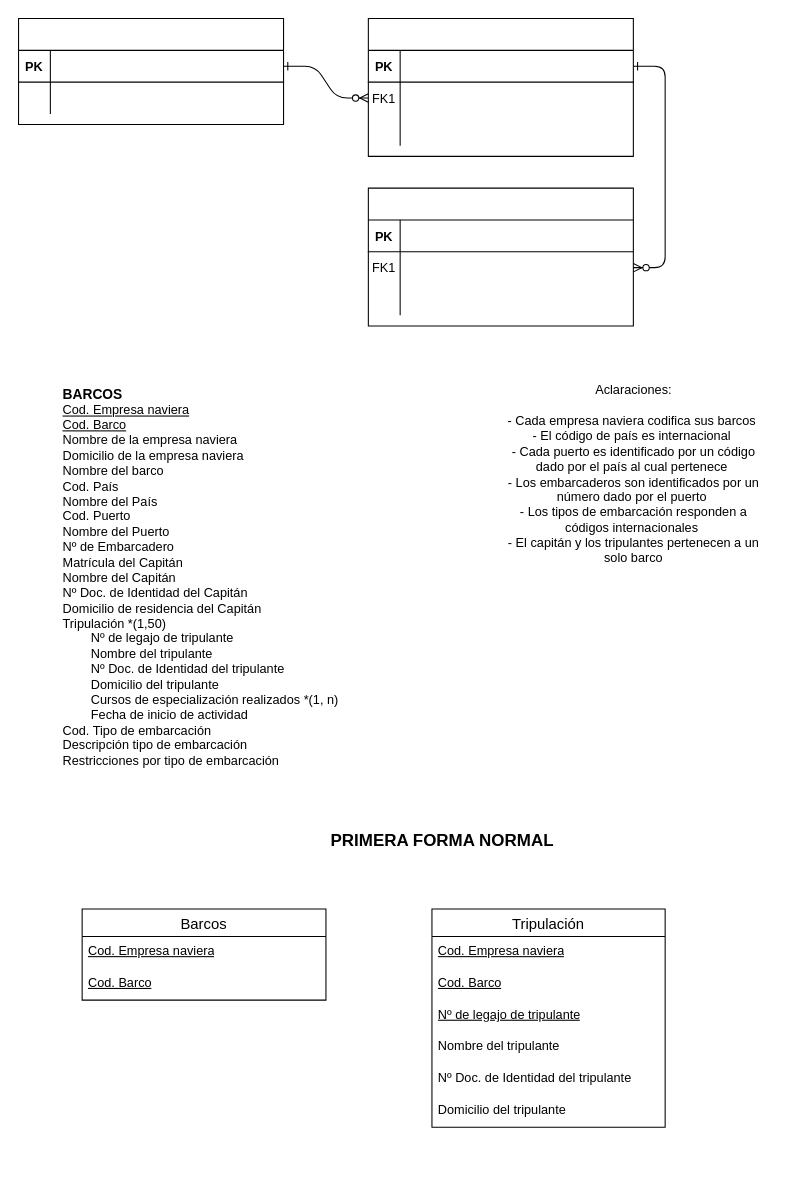
Before: Diagrama-de-Entidad-de-Relaciones.drawio in Jose-AA/TP-Barcos-Dise-o-y-Administracion-de-bd-Grupo-11, a draw.io diagram. Source tidied: cells renumbered, new cells numbered last; positions are measured from the earlier drawing's top-left corner, leaving out a move shared by most shapes. Both pictures are drawn from the tidied source at 106%, with x=0, y=0 at pixel (18, 18).
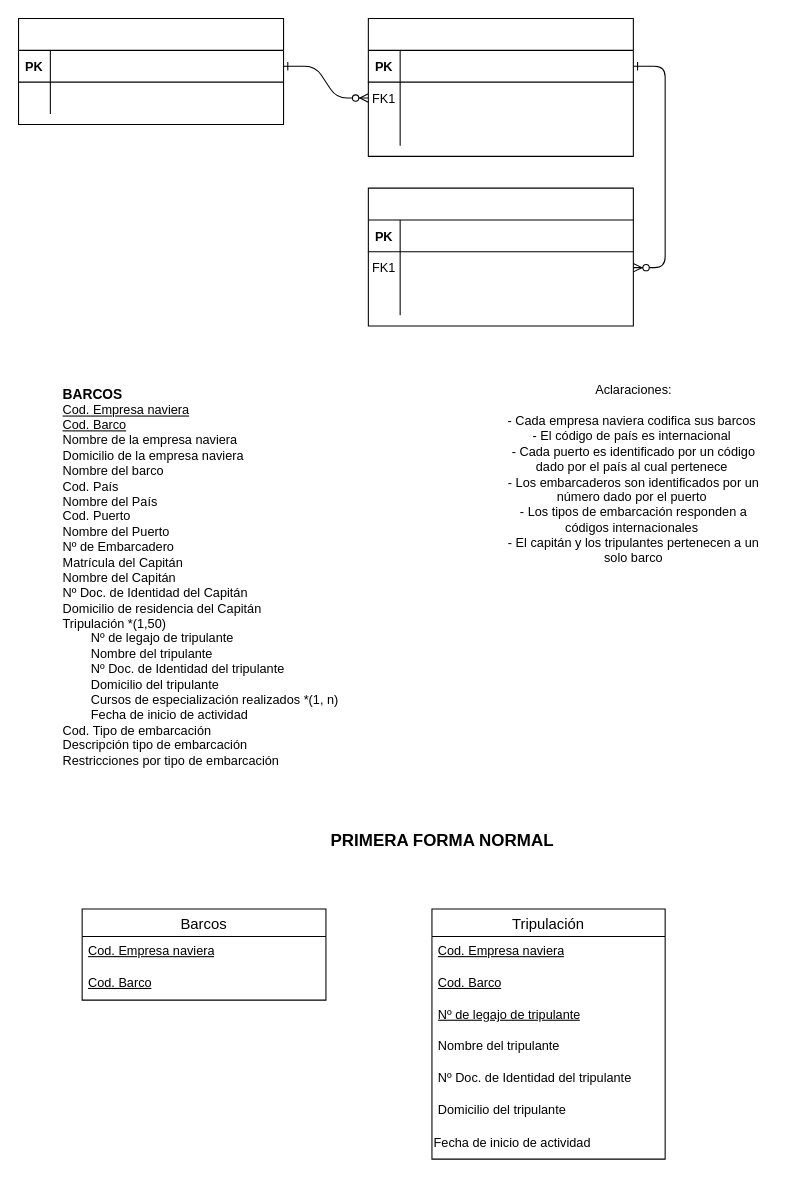
The same diagram, later.

Commit message:
actualizacion tabla Tripulacion

Change to the diagram source:
```diff
@@
     <mxCell id="37" value="Tripulación" style="swimlane;fontStyle=0;horizontal=1;startSize=26;align=center;fontSize=14;" parent="1" vertex="1">
-      <mxGeometry x="390" y="840" width="220" height="206" as="geometry" />
+      <mxGeometry x="390" y="840" width="220" height="236" as="geometry" />
     </mxCell>
@@
+    <mxCell id="44" value="Fecha de inicio de actividad" style="text;html=1;align=left;verticalAlign=middle;whiteSpace=wrap;rounded=0;" parent="37" vertex="1">
+      <mxGeometry y="206" width="220" height="30" as="geometry" />
+    </mxCell>
```
